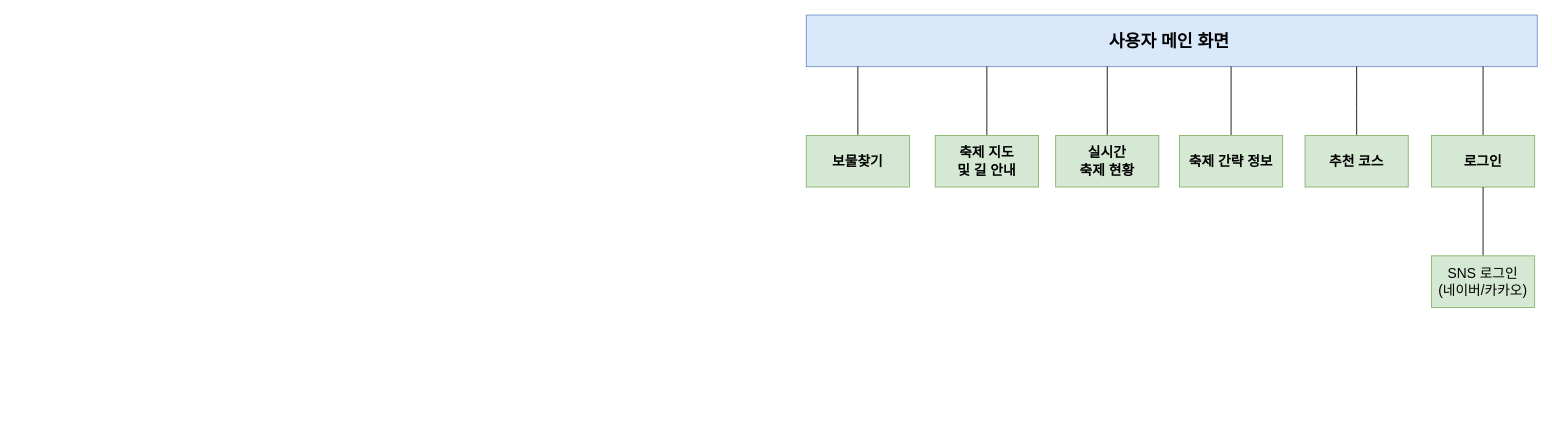
Above: 진해군항제_사이트맵.drawio in gyrud02/java_study (draw.io), before the change. Source tidied: cells renumbered, new cells numbered last; positions are measured from the earlier drawing's top-left corner, leaving out a move shared by most shapes. Both pictures are drawn from the tidied source at 86%, with x=0, y=0 at pixel (806, 15).
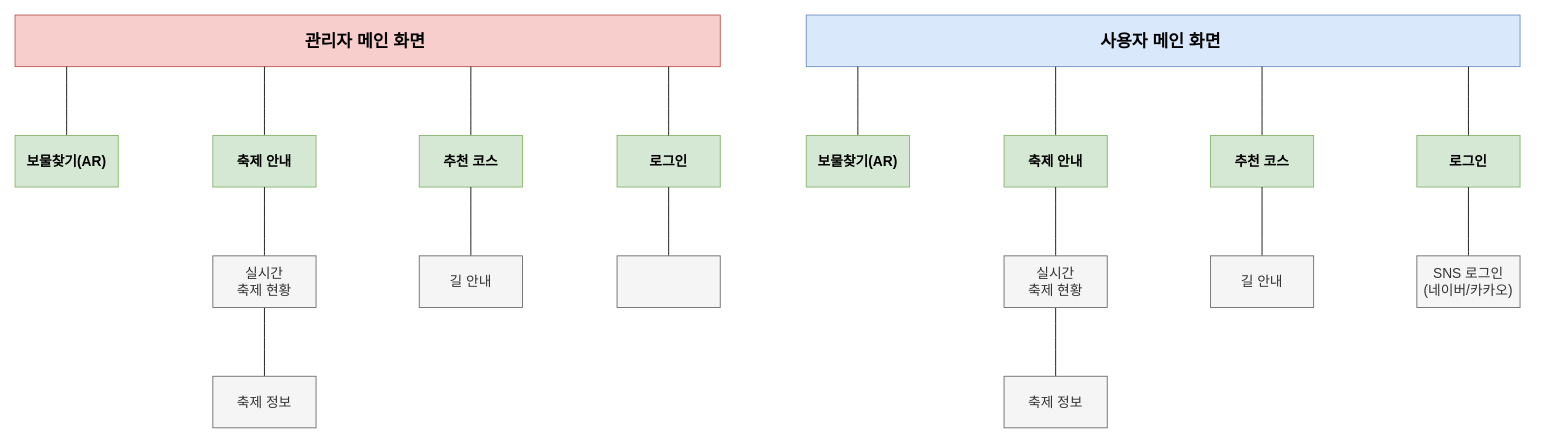
Above is the later version.

Commit message (it also covers changes not shown here):
진해군항제_사이트맵.drawio 업데이트

What changed in the source:
```diff
@@
+    <mxCell id="24" style="group;" parent="1" vertex="1">
+      <mxGeometry width="850" height="480" as="geometry" />
+    </mxCell>
-    <mxCell id="2" value="사용자 메인 화면&amp;nbsp;" style="rounded=0;whiteSpace=wrap;html=1;fontSize=20;fillColor=#dae8fc;strokeColor=#6c8ebf;fontStyle=1;" parent="1" vertex="1">
-      <mxGeometry width="850" height="60" as="geometry" />
+    <mxCell id="2" value="사용자 메인 화면&amp;nbsp;" style="rounded=0;whiteSpace=wrap;html=1;fontSize=20;fillColor=#dae8fc;strokeColor=#6c8ebf;fontStyle=1;" parent="24" vertex="1">
+      <mxGeometry width="830" height="60" as="geometry" />
     </mxCell>
-    <mxCell id="3" style="group;fontStyle=1;" parent="1" vertex="1">
-      <mxGeometry x="150" y="60" width="120" height="140" as="geometry" />
-    </mxCell>
-    <mxCell id="4" style="endArrow=none;html=1;rounded=0;fontSize=12;startSize=8;endSize=8;curved=1;" parent="3" edge="1">
-      <mxGeometry relative="1" as="geometry">
-        <mxPoint x="60" y="80" as="sourcePoint" />
-        <mxPoint x="60" as="targetPoint" />
-      </mxGeometry>
-    </mxCell>
-    <mxCell id="5" value="축제 지도 &lt;br&gt;및 길 안내" style="rounded=0;whiteSpace=wrap;html=1;fontSize=16;fillColor=#d5e8d4;strokeColor=#82b366;fontStyle=1;" parent="3" vertex="1">
-      <mxGeometry y="80" width="120" height="60" as="geometry" />
-    </mxCell>
-    <mxCell id="6" style="group;fontStyle=1;" parent="1" vertex="1">
+    <mxCell id="6" style="group;fontStyle=1;" parent="24" vertex="1">
       <mxGeometry y="60" width="120" height="140" as="geometry" />
     </mxCell>
@@
-    <mxCell id="8" value="보물찾기" style="rounded=0;whiteSpace=wrap;html=1;fontSize=16;fillColor=#d5e8d4;strokeColor=#82b366;fontStyle=1;" parent="6" vertex="1">
+    <mxCell id="8" value="보물찾기(AR)" style="rounded=0;whiteSpace=wrap;html=1;fontSize=16;fillColor=#d5e8d4;strokeColor=#82b366;fontStyle=1;" parent="6" vertex="1">
       <mxGeometry y="80" width="120" height="60" as="geometry" />
     </mxCell>
-    <mxCell id="9" style="group;fontStyle=1;" parent="1" vertex="1">
-      <mxGeometry x="290" y="60" width="120" height="140" as="geometry" />
-    </mxCell>
-    <mxCell id="10" style="endArrow=none;html=1;rounded=0;fontSize=12;startSize=8;endSize=8;curved=1;" parent="9" edge="1">
-      <mxGeometry relative="1" as="geometry">
-        <mxPoint x="60" y="80" as="sourcePoint" />
-        <mxPoint x="60" as="targetPoint" />
-      </mxGeometry>
-    </mxCell>
-    <mxCell id="11" value="실시간&lt;br&gt;축제 현황" style="rounded=0;whiteSpace=wrap;html=1;fontSize=16;fillColor=#d5e8d4;strokeColor=#82b366;fontStyle=1;" parent="9" vertex="1">
-      <mxGeometry y="80" width="120" height="60" as="geometry" />
-    </mxCell>
-    <mxCell id="12" style="group;fontStyle=1;" parent="1" vertex="1">
-      <mxGeometry x="434" y="60" width="120" height="140" as="geometry" />
-    </mxCell>
-    <mxCell id="13" style="endArrow=none;html=1;rounded=0;fontSize=12;startSize=8;endSize=8;curved=1;" parent="12" edge="1">
-      <mxGeometry relative="1" as="geometry">
-        <mxPoint x="60" y="80" as="sourcePoint" />
-        <mxPoint x="60" as="targetPoint" />
-      </mxGeometry>
-    </mxCell>
-    <mxCell id="14" value="축제 간략 정보" style="rounded=0;whiteSpace=wrap;html=1;fontSize=16;fillColor=#d5e8d4;strokeColor=#82b366;fontStyle=1;" parent="12" vertex="1">
-      <mxGeometry y="80" width="120" height="60" as="geometry" />
-    </mxCell>
-    <mxCell id="15" style="group;fontStyle=1;" parent="1" vertex="1">
-      <mxGeometry x="580" y="60" width="120" height="140" as="geometry" />
+    <mxCell id="15" style="group;fontStyle=1;" parent="24" vertex="1">
+      <mxGeometry x="470" y="60" width="120" height="140" as="geometry" />
     </mxCell>
@@
-    <mxCell id="18" style="group;fontStyle=1;" parent="1" vertex="1">
-      <mxGeometry x="727" y="60" width="120" height="140" as="geometry" />
+    <mxCell id="18" style="group;fontStyle=1;" parent="24" vertex="1">
+      <mxGeometry x="727" y="60" width="120" height="280" as="geometry" />
     </mxCell>
-    <mxCell id="19" style="endArrow=none;html=1;rounded=0;fontSize=12;startSize=8;endSize=8;curved=1;" parent="18" edge="1">
-      <mxGeometry relative="1" as="geometry">
-        <mxPoint x="60" y="80" as="sourcePoint" />
-        <mxPoint x="60" as="targetPoint" />
-      </mxGeometry>
-    </mxCell>
     <mxCell id="20" value="로그인" style="rounded=0;whiteSpace=wrap;html=1;fontSize=16;fillColor=#d5e8d4;strokeColor=#82b366;fontStyle=1;" parent="18" vertex="1">
-      <mxGeometry y="80" width="120" height="60" as="geometry" />
+      <mxGeometry x="-17" y="80" width="120" height="60" as="geometry" />
     </mxCell>
-    <mxCell id="21" style="group;fontStyle=1;" parent="1" vertex="1">
-      <mxGeometry x="727" y="200" width="120" height="140" as="geometry" />
+    <mxCell id="21" style="group;fontStyle=1;" parent="18" vertex="1">
+      <mxGeometry x="-17" y="140" width="120" height="140" as="geometry" />
     </mxCell>
@@
-    <mxCell id="23" value="&lt;span style=&quot;font-weight: normal;&quot;&gt;SNS 로그인&lt;br&gt;(네이버/카카오)&lt;/span&gt;" style="rounded=0;whiteSpace=wrap;html=1;fontSize=16;fillColor=#d5e8d4;strokeColor=#82b366;fontStyle=1;" parent="21" vertex="1">
+    <mxCell id="23" value="&lt;span style=&quot;font-weight: normal;&quot;&gt;SNS 로그인&lt;br&gt;(네이버/카카오)&lt;/span&gt;" style="rounded=0;whiteSpace=wrap;html=1;fontSize=16;fillColor=#f5f5f5;strokeColor=#666666;fontStyle=1;fontColor=#333333;" parent="21" vertex="1">
       <mxGeometry y="80" width="120" height="60" as="geometry" />
     </mxCell>
+    <mxCell id="19" style="endArrow=none;html=1;rounded=0;fontSize=12;startSize=8;endSize=8;curved=1;" parent="18" edge="1">
+      <mxGeometry relative="1" as="geometry">
+        <mxPoint x="43" y="80" as="sourcePoint" />
+        <mxPoint x="43" as="targetPoint" />
+      </mxGeometry>
+    </mxCell>
+    <mxCell id="25" style="group;fontStyle=1;" parent="24" vertex="1">
+      <mxGeometry x="580" y="200" width="120" height="140" as="geometry" />
+    </mxCell>
+    <mxCell id="26" style="endArrow=none;html=1;rounded=0;fontSize=12;startSize=8;endSize=8;curved=1;" parent="25" edge="1">
+      <mxGeometry relative="1" as="geometry">
+        <mxPoint x="-50" y="80" as="sourcePoint" />
+        <mxPoint x="-50" as="targetPoint" />
+      </mxGeometry>
+    </mxCell>
+    <mxCell id="27" value="&lt;span style=&quot;font-weight: 400;&quot;&gt;길 안내&lt;/span&gt;" style="rounded=0;whiteSpace=wrap;html=1;fontSize=16;fillColor=#f5f5f5;strokeColor=#666666;fontStyle=1;fontColor=#333333;" parent="24" vertex="1">
+      <mxGeometry x="470" y="280" width="120" height="60" as="geometry" />
+    </mxCell>
+    <mxCell id="28" style="group;" parent="24" vertex="1">
+      <mxGeometry x="230" y="60" width="120" height="420" as="geometry" />
+    </mxCell>
+    <mxCell id="4" style="endArrow=none;html=1;rounded=0;fontSize=12;startSize=8;endSize=8;curved=1;" parent="28" edge="1">
+      <mxGeometry relative="1" as="geometry">
+        <mxPoint x="60" y="80" as="sourcePoint" />
+        <mxPoint x="60" as="targetPoint" />
+      </mxGeometry>
+    </mxCell>
+    <mxCell id="5" value="축제 안내" style="rounded=0;whiteSpace=wrap;html=1;fontSize=16;fillColor=#d5e8d4;strokeColor=#82b366;fontStyle=1;" parent="28" vertex="1">
+      <mxGeometry y="80" width="120" height="60" as="geometry" />
+    </mxCell>
+    <mxCell id="29" style="endArrow=none;html=1;rounded=0;fontSize=12;startSize=8;endSize=8;curved=1;" parent="28" edge="1">
+      <mxGeometry relative="1" as="geometry">
+        <mxPoint x="60" y="360" as="sourcePoint" />
+        <mxPoint x="60" y="280" as="targetPoint" />
+      </mxGeometry>
+    </mxCell>
+    <mxCell id="30" value="&lt;span style=&quot;font-weight: 400;&quot;&gt;축제 정보&lt;/span&gt;" style="rounded=0;whiteSpace=wrap;html=1;fontSize=16;fillColor=#f5f5f5;strokeColor=#666666;fontStyle=1;fontColor=#333333;" parent="28" vertex="1">
+      <mxGeometry y="360" width="120" height="60" as="geometry" />
+    </mxCell>
+    <mxCell id="31" style="endArrow=none;html=1;rounded=0;fontSize=12;startSize=8;endSize=8;curved=1;" parent="28" edge="1">
+      <mxGeometry relative="1" as="geometry">
+        <mxPoint x="60" y="220" as="sourcePoint" />
+        <mxPoint x="60" y="140" as="targetPoint" />
+      </mxGeometry>
+    </mxCell>
+    <mxCell id="32" value="&lt;span style=&quot;font-weight: 400;&quot;&gt;실시간 &lt;br&gt;축제 현황&lt;/span&gt;" style="rounded=0;whiteSpace=wrap;html=1;fontSize=16;fillColor=#f5f5f5;strokeColor=#666666;fontStyle=1;fontColor=#333333;" parent="28" vertex="1">
+      <mxGeometry y="220" width="120" height="60" as="geometry" />
+    </mxCell>
+    <mxCell id="33" style="group;" parent="1" vertex="1">
+      <mxGeometry x="-920" width="850" height="480" as="geometry" />
+    </mxCell>
+    <mxCell id="34" value="관리자 메인 화면&amp;nbsp;" style="rounded=0;whiteSpace=wrap;html=1;fontSize=20;fillColor=#f8cecc;strokeColor=#b85450;fontStyle=1;" parent="33" vertex="1">
+      <mxGeometry width="820" height="60" as="geometry" />
+    </mxCell>
+    <mxCell id="35" style="group;fontStyle=1;" parent="33" vertex="1">
+      <mxGeometry y="60" width="120" height="140" as="geometry" />
+    </mxCell>
+    <mxCell id="36" style="endArrow=none;html=1;rounded=0;fontSize=12;startSize=8;endSize=8;curved=1;" parent="35" edge="1">
+      <mxGeometry relative="1" as="geometry">
+        <mxPoint x="60" y="80" as="sourcePoint" />
+        <mxPoint x="60" as="targetPoint" />
+      </mxGeometry>
+    </mxCell>
+    <mxCell id="37" value="보물찾기(AR)" style="rounded=0;whiteSpace=wrap;html=1;fontSize=16;fillColor=#d5e8d4;strokeColor=#82b366;fontStyle=1;" parent="35" vertex="1">
+      <mxGeometry y="80" width="120" height="60" as="geometry" />
+    </mxCell>
+    <mxCell id="38" style="group;fontStyle=1;" parent="33" vertex="1">
+      <mxGeometry x="470" y="60" width="120" height="140" as="geometry" />
+    </mxCell>
+    <mxCell id="39" style="endArrow=none;html=1;rounded=0;fontSize=12;startSize=8;endSize=8;curved=1;" parent="38" edge="1">
+      <mxGeometry relative="1" as="geometry">
+        <mxPoint x="60" y="80" as="sourcePoint" />
+        <mxPoint x="60" as="targetPoint" />
+      </mxGeometry>
+    </mxCell>
+    <mxCell id="40" value="&lt;b&gt;추천 코스&lt;/b&gt;" style="rounded=0;whiteSpace=wrap;html=1;fontSize=16;fillColor=#d5e8d4;strokeColor=#82b366;" parent="38" vertex="1">
+      <mxGeometry y="80" width="120" height="60" as="geometry" />
+    </mxCell>
+    <mxCell id="41" style="group;fontStyle=1;" parent="33" vertex="1">
+      <mxGeometry x="727" y="60" width="120" height="280" as="geometry" />
+    </mxCell>
+    <mxCell id="42" value="로그인" style="rounded=0;whiteSpace=wrap;html=1;fontSize=16;fillColor=#d5e8d4;strokeColor=#82b366;fontStyle=1;" parent="41" vertex="1">
+      <mxGeometry x="-27" y="80" width="120" height="60" as="geometry" />
+    </mxCell>
+    <mxCell id="43" style="group;fontStyle=1;" parent="41" vertex="1">
+      <mxGeometry x="-27" y="140" width="120" height="140" as="geometry" />
+    </mxCell>
+    <mxCell id="44" style="endArrow=none;html=1;rounded=0;fontSize=12;startSize=8;endSize=8;curved=1;" parent="43" edge="1">
+      <mxGeometry relative="1" as="geometry">
+        <mxPoint x="60" y="80" as="sourcePoint" />
+        <mxPoint x="60" as="targetPoint" />
+      </mxGeometry>
+    </mxCell>
+    <mxCell id="45" style="rounded=0;whiteSpace=wrap;html=1;fontSize=16;fillColor=#f5f5f5;strokeColor=#666666;fontStyle=1;fontColor=#333333;" parent="43" vertex="1">
+      <mxGeometry y="80" width="120" height="60" as="geometry" />
+    </mxCell>
+    <mxCell id="46" style="endArrow=none;html=1;rounded=0;fontSize=12;startSize=8;endSize=8;curved=1;" parent="41" edge="1">
+      <mxGeometry relative="1" as="geometry">
+        <mxPoint x="33" y="80" as="sourcePoint" />
+        <mxPoint x="33" as="targetPoint" />
+      </mxGeometry>
+    </mxCell>
+    <mxCell id="47" style="group;fontStyle=1;" parent="33" vertex="1">
+      <mxGeometry x="580" y="200" width="120" height="140" as="geometry" />
+    </mxCell>
+    <mxCell id="48" style="endArrow=none;html=1;rounded=0;fontSize=12;startSize=8;endSize=8;curved=1;" parent="47" edge="1">
+      <mxGeometry relative="1" as="geometry">
+        <mxPoint x="-50" y="80" as="sourcePoint" />
+        <mxPoint x="-50" as="targetPoint" />
+      </mxGeometry>
+    </mxCell>
+    <mxCell id="49" value="&lt;span style=&quot;font-weight: 400;&quot;&gt;길 안내&lt;/span&gt;" style="rounded=0;whiteSpace=wrap;html=1;fontSize=16;fillColor=#f5f5f5;strokeColor=#666666;fontStyle=1;fontColor=#333333;" parent="33" vertex="1">
+      <mxGeometry x="470" y="280" width="120" height="60" as="geometry" />
+    </mxCell>
+    <mxCell id="50" style="group;" parent="33" vertex="1">
+      <mxGeometry x="230" y="60" width="120" height="420" as="geometry" />
+    </mxCell>
+    <mxCell id="51" style="endArrow=none;html=1;rounded=0;fontSize=12;startSize=8;endSize=8;curved=1;" parent="50" edge="1">
+      <mxGeometry relative="1" as="geometry">
+        <mxPoint x="60" y="80" as="sourcePoint" />
+        <mxPoint x="60" as="targetPoint" />
+      </mxGeometry>
+    </mxCell>
+    <mxCell id="52" value="축제 안내" style="rounded=0;whiteSpace=wrap;html=1;fontSize=16;fillColor=#d5e8d4;strokeColor=#82b366;fontStyle=1;" parent="50" vertex="1">
+      <mxGeometry y="80" width="120" height="60" as="geometry" />
+    </mxCell>
+    <mxCell id="53" style="endArrow=none;html=1;rounded=0;fontSize=12;startSize=8;endSize=8;curved=1;" parent="50" edge="1">
+      <mxGeometry relative="1" as="geometry">
+        <mxPoint x="60" y="360" as="sourcePoint" />
+        <mxPoint x="60" y="280" as="targetPoint" />
+      </mxGeometry>
+    </mxCell>
+    <mxCell id="54" value="&lt;span style=&quot;font-weight: 400;&quot;&gt;축제 정보&lt;/span&gt;" style="rounded=0;whiteSpace=wrap;html=1;fontSize=16;fillColor=#f5f5f5;strokeColor=#666666;fontStyle=1;fontColor=#333333;" parent="50" vertex="1">
+      <mxGeometry y="360" width="120" height="60" as="geometry" />
+    </mxCell>
+    <mxCell id="55" style="endArrow=none;html=1;rounded=0;fontSize=12;startSize=8;endSize=8;curved=1;" parent="50" edge="1">
+      <mxGeometry relative="1" as="geometry">
+        <mxPoint x="60" y="220" as="sourcePoint" />
+        <mxPoint x="60" y="140" as="targetPoint" />
+      </mxGeometry>
+    </mxCell>
+    <mxCell id="56" value="&lt;span style=&quot;font-weight: 400;&quot;&gt;실시간 &lt;br&gt;축제 현황&lt;/span&gt;" style="rounded=0;whiteSpace=wrap;html=1;fontSize=16;fillColor=#f5f5f5;strokeColor=#666666;fontStyle=1;fontColor=#333333;" parent="50" vertex="1">
+      <mxGeometry y="220" width="120" height="60" as="geometry" />
+    </mxCell>
```
